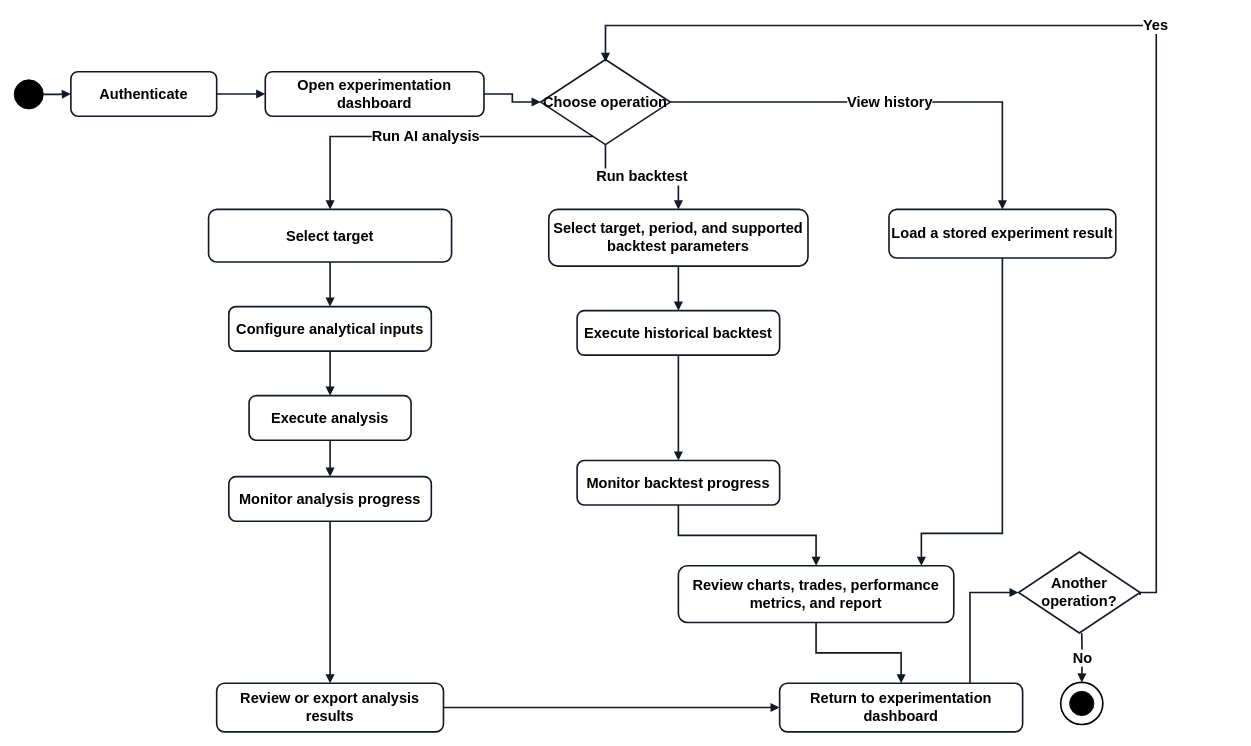
lqhuy04/Thesis-22125031-22125035 keeps this draw.io diagram as report/diagrams/chapter3/experimentation_backtesting_flow.drawio. Above is the earlier version. Source tidied: cells renumbered, new cells numbered last; positions are measured from the earlier drawing's top-left corner, leaving out a move shared by most shapes. Both pictures are drawn from the tidied source at 81%, with x=0, y=0 at pixel (14, 25).
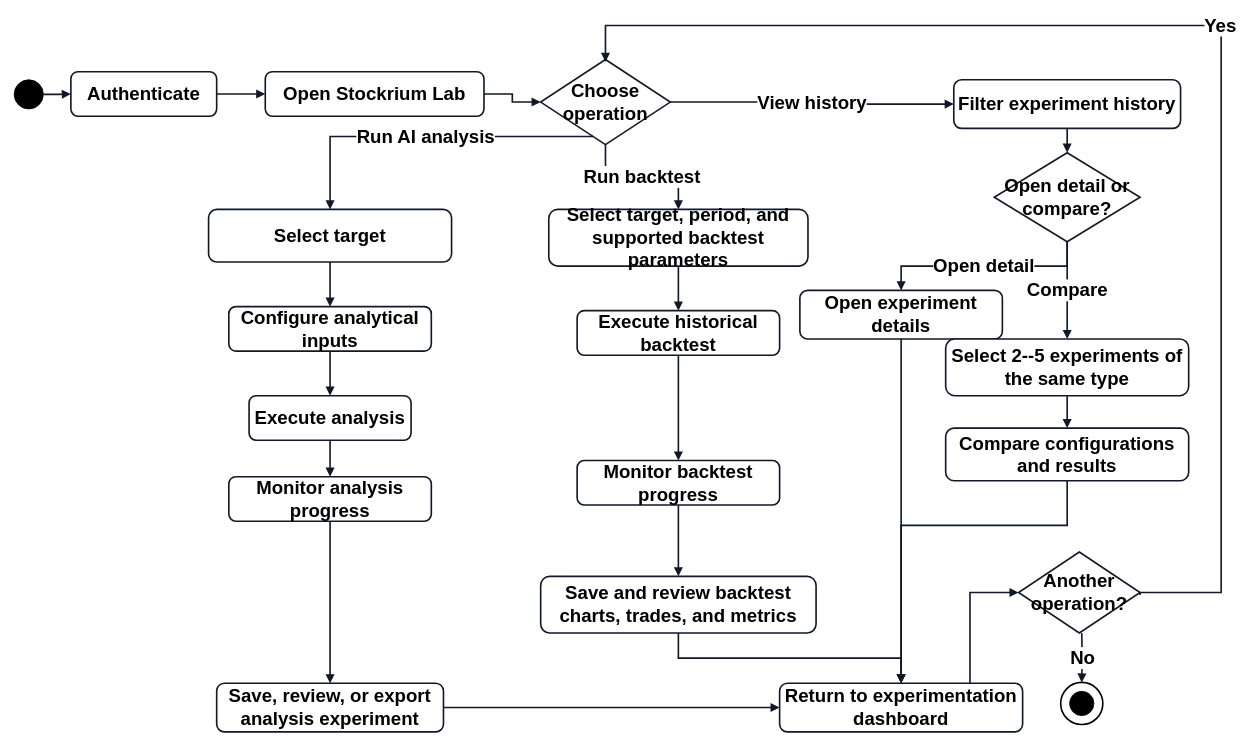
Above is the later version.

What changed in the source:
```diff
@@
-    <mxCell id="2" style="ellipse;whiteSpace=wrap;html=1;fillColor=#000000;strokeColor=#000000;fontSize=18;fontStyle=1;" parent="1" vertex="1">
+    <mxCell id="2" style="ellipse;whiteSpace=wrap;html=1;fillColor=#000000;strokeColor=#000000;fontSize=23;fontStyle=1;" parent="1" vertex="1">
       <mxGeometry y="67" width="36" height="36" as="geometry" />
     </mxCell>
-    <mxCell id="3" value="Authenticate" style="rounded=1;whiteSpace=wrap;html=1;arcSize=16;fillColor=#ffffff;strokeColor=#111827;strokeWidth=2;fontSize=18;fontStyle=1;" parent="1" vertex="1">
+    <mxCell id="3" value="Authenticate" style="rounded=1;whiteSpace=wrap;html=1;arcSize=16;fillColor=#ffffff;strokeColor=#111827;strokeWidth=2;fontSize=23;fontStyle=1;" parent="1" vertex="1">
       <mxGeometry x="70" y="57" width="180" height="55" as="geometry" />
     </mxCell>
-    <mxCell id="4" value="Open experimentation dashboard" style="rounded=1;whiteSpace=wrap;html=1;arcSize=16;fillColor=#ffffff;strokeColor=#111827;strokeWidth=2;fontSize=18;fontStyle=1;" parent="1" vertex="1">
+    <mxCell id="4" value="Open Stockrium Lab" style="rounded=1;whiteSpace=wrap;html=1;arcSize=16;fillColor=#ffffff;strokeColor=#111827;strokeWidth=2;fontSize=23;fontStyle=1;" parent="1" vertex="1">
       <mxGeometry x="310" y="57" width="270" height="55" as="geometry" />
     </mxCell>
-    <mxCell id="5" value="Choose operation" style="rhombus;whiteSpace=wrap;html=1;fillColor=#ffffff;strokeColor=#111827;strokeWidth=2;fontSize=18;fontStyle=1;" parent="1" vertex="1">
+    <mxCell id="5" value="Choose operation" style="rhombus;whiteSpace=wrap;html=1;fillColor=#ffffff;strokeColor=#111827;strokeWidth=2;fontSize=23;fontStyle=1;" parent="1" vertex="1">
       <mxGeometry x="650" y="42" width="160" height="105" as="geometry" />
     </mxCell>
-    <mxCell id="6" value="Select target" style="rounded=1;whiteSpace=wrap;html=1;arcSize=16;fillColor=#ffffff;strokeColor=#111827;strokeWidth=2;fontSize=18;fontStyle=1;" parent="1" vertex="1">
+    <mxCell id="6" value="Select target" style="rounded=1;whiteSpace=wrap;html=1;arcSize=16;fillColor=#ffffff;strokeColor=#111827;strokeWidth=2;fontSize=23;fontStyle=1;" parent="1" vertex="1">
       <mxGeometry x="240" y="227" width="300" height="65" as="geometry" />
     </mxCell>
-    <mxCell id="7" value="Configure analytical inputs" style="rounded=1;whiteSpace=wrap;html=1;arcSize=16;fillColor=#ffffff;strokeColor=#111827;strokeWidth=2;fontSize=18;fontStyle=1;" parent="1" vertex="1">
+    <mxCell id="7" value="Configure analytical inputs" style="rounded=1;whiteSpace=wrap;html=1;arcSize=16;fillColor=#ffffff;strokeColor=#111827;strokeWidth=2;fontSize=23;fontStyle=1;" parent="1" vertex="1">
       <mxGeometry x="265" y="347" width="250" height="55" as="geometry" />
     </mxCell>
-    <mxCell id="8" value="Execute analysis" style="rounded=1;whiteSpace=wrap;html=1;arcSize=16;fillColor=#ffffff;strokeColor=#111827;strokeWidth=2;fontSize=18;fontStyle=1;" parent="1" vertex="1">
+    <mxCell id="8" value="Execute analysis" style="rounded=1;whiteSpace=wrap;html=1;arcSize=16;fillColor=#ffffff;strokeColor=#111827;strokeWidth=2;fontSize=23;fontStyle=1;" parent="1" vertex="1">
       <mxGeometry x="290" y="457" width="200" height="55" as="geometry" />
     </mxCell>
-    <mxCell id="9" value="Select target, period, and supported backtest parameters" style="rounded=1;whiteSpace=wrap;html=1;arcSize=16;fillColor=#ffffff;strokeColor=#111827;strokeWidth=2;fontSize=18;fontStyle=1;" parent="1" vertex="1">
+    <mxCell id="9" value="Select target, period, and supported backtest parameters" style="rounded=1;whiteSpace=wrap;html=1;arcSize=16;fillColor=#ffffff;strokeColor=#111827;strokeWidth=2;fontSize=23;fontStyle=1;" parent="1" vertex="1">
       <mxGeometry x="660" y="227" width="320" height="70" as="geometry" />
     </mxCell>
-    <mxCell id="10" value="Execute historical backtest" style="rounded=1;whiteSpace=wrap;html=1;arcSize=16;fillColor=#ffffff;strokeColor=#111827;strokeWidth=2;fontSize=18;fontStyle=1;" parent="1" vertex="1">
+    <mxCell id="10" value="Execute historical backtest" style="rounded=1;whiteSpace=wrap;html=1;arcSize=16;fillColor=#ffffff;strokeColor=#111827;strokeWidth=2;fontSize=23;fontStyle=1;" parent="1" vertex="1">
       <mxGeometry x="695" y="352" width="250" height="55" as="geometry" />
     </mxCell>
-    <mxCell id="11" value="Load a stored experiment result" style="rounded=1;whiteSpace=wrap;html=1;arcSize=16;fillColor=#ffffff;strokeColor=#111827;strokeWidth=2;fontSize=18;fontStyle=1;" parent="1" vertex="1">
-      <mxGeometry x="1080" y="227" width="280" height="60" as="geometry" />
+    <mxCell id="11" value="Filter experiment history" style="rounded=1;whiteSpace=wrap;html=1;arcSize=16;fillColor=#ffffff;strokeColor=#111827;strokeWidth=2;fontSize=23;fontStyle=1;" parent="1" vertex="1">
+      <mxGeometry x="1160" y="67" width="280" height="60" as="geometry" />
     </mxCell>
+    <mxCell id="39" value="Open detail or compare?" style="rhombus;whiteSpace=wrap;html=1;fillColor=#ffffff;strokeColor=#111827;strokeWidth=2;fontSize=23;fontStyle=1;" parent="1" vertex="1">
+      <mxGeometry x="1210" y="157" width="180" height="110" as="geometry" />
+    </mxCell>
+    <mxCell id="40" value="Open experiment details" style="rounded=1;whiteSpace=wrap;html=1;arcSize=16;fillColor=#ffffff;strokeColor=#111827;strokeWidth=2;fontSize=23;fontStyle=1;" parent="1" vertex="1">
+      <mxGeometry x="970" y="327" width="250" height="60" as="geometry" />
+    </mxCell>
+    <mxCell id="41" value="Select 2--5 experiments of the same type" style="rounded=1;whiteSpace=wrap;html=1;arcSize=16;fillColor=#ffffff;strokeColor=#111827;strokeWidth=2;fontSize=23;fontStyle=1;" parent="1" vertex="1">
+      <mxGeometry x="1150" y="387" width="300" height="70" as="geometry" />
+    </mxCell>
+    <mxCell id="42" value="Compare configurations and results" style="rounded=1;whiteSpace=wrap;html=1;arcSize=16;fillColor=#ffffff;strokeColor=#111827;strokeWidth=2;fontSize=23;fontStyle=1;" parent="1" vertex="1">
+      <mxGeometry x="1150" y="497" width="300" height="65" as="geometry" />
+    </mxCell>
-    <mxCell id="12" value="Monitor analysis progress" style="rounded=1;whiteSpace=wrap;html=1;arcSize=16;fillColor=#ffffff;strokeColor=#111827;strokeWidth=2;fontSize=18;fontStyle=1;" parent="1" vertex="1">
+    <mxCell id="12" value="Monitor analysis progress" style="rounded=1;whiteSpace=wrap;html=1;arcSize=16;fillColor=#ffffff;strokeColor=#111827;strokeWidth=2;fontSize=23;fontStyle=1;" parent="1" vertex="1">
       <mxGeometry x="265" y="557" width="250" height="55" as="geometry" />
     </mxCell>
-    <mxCell id="13" value="Monitor backtest progress" style="rounded=1;whiteSpace=wrap;html=1;arcSize=16;fillColor=#ffffff;strokeColor=#111827;strokeWidth=2;fontSize=18;fontStyle=1;" parent="1" vertex="1">
+    <mxCell id="13" value="Monitor backtest progress" style="rounded=1;whiteSpace=wrap;html=1;arcSize=16;fillColor=#ffffff;strokeColor=#111827;strokeWidth=2;fontSize=23;fontStyle=1;" parent="1" vertex="1">
       <mxGeometry x="695" y="537" width="250" height="55" as="geometry" />
     </mxCell>
-    <mxCell id="14" value="Review or export analysis results" style="rounded=1;whiteSpace=wrap;html=1;arcSize=16;fillColor=#ffffff;strokeColor=#111827;strokeWidth=2;fontSize=18;fontStyle=1;" parent="1" vertex="1">
+    <mxCell id="14" value="Save, review, or export analysis experiment" style="rounded=1;whiteSpace=wrap;html=1;arcSize=16;fillColor=#ffffff;strokeColor=#111827;strokeWidth=2;fontSize=23;fontStyle=1;" parent="1" vertex="1">
       <mxGeometry x="250" y="812" width="280" height="60" as="geometry" />
     </mxCell>
-    <mxCell id="15" value="Review charts, trades, performance metrics, and report" style="rounded=1;whiteSpace=wrap;html=1;arcSize=16;fillColor=#ffffff;strokeColor=#111827;strokeWidth=2;fontSize=18;fontStyle=1;" parent="1" vertex="1">
-      <mxGeometry x="820" y="667" width="340" height="70" as="geometry" />
+    <mxCell id="15" value="Save and review backtest charts, trades, and metrics" style="rounded=1;whiteSpace=wrap;html=1;arcSize=16;fillColor=#ffffff;strokeColor=#111827;strokeWidth=2;fontSize=23;fontStyle=1;" parent="1" vertex="1">
+      <mxGeometry x="650" y="680" width="340" height="70" as="geometry" />
     </mxCell>
-    <mxCell id="16" value="Return to experimentation dashboard" style="rounded=1;whiteSpace=wrap;html=1;arcSize=16;fillColor=#ffffff;strokeColor=#111827;strokeWidth=2;fontSize=18;fontStyle=1;" parent="1" vertex="1">
+    <mxCell id="16" value="Return to experimentation dashboard" style="rounded=1;whiteSpace=wrap;html=1;arcSize=16;fillColor=#ffffff;strokeColor=#111827;strokeWidth=2;fontSize=23;fontStyle=1;" parent="1" vertex="1">
       <mxGeometry x="945" y="812" width="300" height="60" as="geometry" />
     </mxCell>
-    <mxCell id="17" value="Another operation?" style="rhombus;whiteSpace=wrap;html=1;fillColor=#ffffff;strokeColor=#111827;strokeWidth=2;fontSize=18;fontStyle=1;" parent="1" vertex="1">
+    <mxCell id="17" value="Another operation?" style="rhombus;whiteSpace=wrap;html=1;fillColor=#ffffff;strokeColor=#111827;strokeWidth=2;fontSize=23;fontStyle=1;" parent="1" vertex="1">
       <mxGeometry x="1240" y="650" width="150" height="100" as="geometry" />
     </mxCell>
-    <mxCell id="18" style="ellipse;whiteSpace=wrap;html=1;fillColor=#ffffff;strokeColor=#000000;strokeWidth=2;fontSize=18;fontStyle=1;" parent="1" vertex="1">
+    <mxCell id="18" style="ellipse;whiteSpace=wrap;html=1;fillColor=#ffffff;strokeColor=#000000;strokeWidth=2;fontSize=23;fontStyle=1;" parent="1" vertex="1">
       <mxGeometry x="1292" y="811" width="52" height="52" as="geometry" />
     </mxCell>
-    <mxCell id="19" style="ellipse;whiteSpace=wrap;html=1;fillColor=#000000;strokeColor=#000000;fontSize=18;fontStyle=1;" parent="1" vertex="1">
+    <mxCell id="19" style="ellipse;whiteSpace=wrap;html=1;fillColor=#000000;strokeColor=#000000;fontSize=23;fontStyle=1;" parent="1" vertex="1">
       <mxGeometry x="1303" y="822" width="30" height="30" as="geometry" />
     </mxCell>
-    <mxCell id="20" style="edgeStyle=orthogonalEdgeStyle;rounded=0;jettySize=auto;html=1;endArrow=block;endFill=1;strokeColor=#111827;strokeWidth=2;fontSize=18;fontStyle=1;" parent="1" edge="1" source="2" target="3">
+    <mxCell id="20" style="edgeStyle=orthogonalEdgeStyle;rounded=0;jettySize=auto;html=1;endArrow=block;endFill=1;strokeColor=#111827;strokeWidth=2;fontSize=23;fontStyle=1;" parent="1" edge="1" source="2" target="3">
       <mxGeometry relative="1" as="geometry" />
     </mxCell>
-    <mxCell id="21" style="edgeStyle=orthogonalEdgeStyle;rounded=0;jettySize=auto;html=1;endArrow=block;endFill=1;strokeColor=#111827;strokeWidth=2;fontSize=18;fontStyle=1;" parent="1" edge="1" source="3" target="4">
+    <mxCell id="21" style="edgeStyle=orthogonalEdgeStyle;rounded=0;jettySize=auto;html=1;endArrow=block;endFill=1;strokeColor=#111827;strokeWidth=2;fontSize=23;fontStyle=1;" parent="1" edge="1" source="3" target="4">
       <mxGeometry relative="1" as="geometry" />
     </mxCell>
-    <mxCell id="22" style="edgeStyle=orthogonalEdgeStyle;rounded=0;jettySize=auto;html=1;endArrow=block;endFill=1;strokeColor=#111827;strokeWidth=2;fontSize=18;fontStyle=1;" parent="1" edge="1" source="4" target="5">
+    <mxCell id="22" style="edgeStyle=orthogonalEdgeStyle;rounded=0;jettySize=auto;html=1;endArrow=block;endFill=1;strokeColor=#111827;strokeWidth=2;fontSize=23;fontStyle=1;" parent="1" edge="1" source="4" target="5">
       <mxGeometry relative="1" as="geometry" />
     </mxCell>
-    <mxCell id="23" value="Run AI analysis" style="edgeStyle=orthogonalEdgeStyle;rounded=0;jettySize=auto;html=1;endArrow=block;endFill=1;strokeColor=#111827;strokeWidth=2;fontSize=18;labelBackgroundColor=#ffffff;fontStyle=1;" parent="1" edge="1" source="5" target="6">
+    <mxCell id="23" value="Run AI analysis" style="edgeStyle=orthogonalEdgeStyle;rounded=0;jettySize=auto;html=1;endArrow=block;endFill=1;strokeColor=#111827;strokeWidth=2;fontSize=23;labelBackgroundColor=#ffffff;fontStyle=1;" parent="1" edge="1" source="5" target="6">
       <mxGeometry relative="1" as="geometry">
         <Array as="points">
           <mxPoint x="390" y="137" />
         </Array>
       </mxGeometry>
     </mxCell>
-    <mxCell id="24" value="Run backtest" style="edgeStyle=orthogonalEdgeStyle;rounded=0;jettySize=auto;html=1;endArrow=block;endFill=1;strokeColor=#111827;strokeWidth=2;fontSize=18;labelBackgroundColor=#ffffff;fontStyle=1;" parent="1" edge="1" source="5" target="9">
+    <mxCell id="24" value="Run backtest" style="edgeStyle=orthogonalEdgeStyle;rounded=0;jettySize=auto;html=1;endArrow=block;endFill=1;strokeColor=#111827;strokeWidth=2;fontSize=23;labelBackgroundColor=#ffffff;fontStyle=1;" parent="1" edge="1" source="5" target="9">
       <mxGeometry relative="1" as="geometry" />
     </mxCell>
-    <mxCell id="25" value="View history" style="edgeStyle=orthogonalEdgeStyle;rounded=0;jettySize=auto;html=1;endArrow=block;endFill=1;strokeColor=#111827;strokeWidth=2;fontSize=18;labelBackgroundColor=#ffffff;fontStyle=1;" parent="1" edge="1" source="5" target="11">
+    <mxCell id="25" value="View history" style="edgeStyle=orthogonalEdgeStyle;rounded=0;jettySize=auto;html=1;endArrow=block;endFill=1;strokeColor=#111827;strokeWidth=2;fontSize=23;labelBackgroundColor=#ffffff;fontStyle=1;" parent="1" edge="1" source="5" target="11">
       <mxGeometry relative="1" as="geometry" />
     </mxCell>
-    <mxCell id="26" style="edgeStyle=orthogonalEdgeStyle;rounded=0;jettySize=auto;html=1;endArrow=block;endFill=1;strokeColor=#111827;strokeWidth=2;fontSize=18;fontStyle=1;" parent="1" edge="1" source="6" target="7">
+    <mxCell id="26" style="edgeStyle=orthogonalEdgeStyle;rounded=0;jettySize=auto;html=1;endArrow=block;endFill=1;strokeColor=#111827;strokeWidth=2;fontSize=23;fontStyle=1;" parent="1" edge="1" source="6" target="7">
       <mxGeometry relative="1" as="geometry" />
     </mxCell>
-    <mxCell id="27" style="edgeStyle=orthogonalEdgeStyle;rounded=0;jettySize=auto;html=1;endArrow=block;endFill=1;strokeColor=#111827;strokeWidth=2;fontSize=18;fontStyle=1;" parent="1" edge="1" source="7" target="8">
+    <mxCell id="27" style="edgeStyle=orthogonalEdgeStyle;rounded=0;jettySize=auto;html=1;endArrow=block;endFill=1;strokeColor=#111827;strokeWidth=2;fontSize=23;fontStyle=1;" parent="1" edge="1" source="7" target="8">
       <mxGeometry relative="1" as="geometry" />
     </mxCell>
-    <mxCell id="28" style="edgeStyle=orthogonalEdgeStyle;rounded=0;jettySize=auto;html=1;endArrow=block;endFill=1;strokeColor=#111827;strokeWidth=2;fontSize=18;fontStyle=1;" parent="1" edge="1" source="8" target="12">
+    <mxCell id="28" style="edgeStyle=orthogonalEdgeStyle;rounded=0;jettySize=auto;html=1;endArrow=block;endFill=1;strokeColor=#111827;strokeWidth=2;fontSize=23;fontStyle=1;" parent="1" edge="1" source="8" target="12">
       <mxGeometry relative="1" as="geometry" />
     </mxCell>
-    <mxCell id="29" style="edgeStyle=orthogonalEdgeStyle;rounded=0;jettySize=auto;html=1;endArrow=block;endFill=1;strokeColor=#111827;strokeWidth=2;fontSize=18;fontStyle=1;" parent="1" edge="1" source="9" target="10">
+    <mxCell id="29" style="edgeStyle=orthogonalEdgeStyle;rounded=0;jettySize=auto;html=1;endArrow=block;endFill=1;strokeColor=#111827;strokeWidth=2;fontSize=23;fontStyle=1;" parent="1" edge="1" source="9" target="10">
       <mxGeometry relative="1" as="geometry" />
     </mxCell>
-    <mxCell id="30" style="edgeStyle=orthogonalEdgeStyle;rounded=0;jettySize=auto;html=1;endArrow=block;endFill=1;strokeColor=#111827;strokeWidth=2;fontSize=18;fontStyle=1;" parent="1" edge="1" source="10" target="13">
+    <mxCell id="30" style="edgeStyle=orthogonalEdgeStyle;rounded=0;jettySize=auto;html=1;endArrow=block;endFill=1;strokeColor=#111827;strokeWidth=2;fontSize=23;fontStyle=1;" parent="1" edge="1" source="10" target="13">
       <mxGeometry relative="1" as="geometry" />
     </mxCell>
-    <mxCell id="31" style="edgeStyle=orthogonalEdgeStyle;rounded=0;jettySize=auto;html=1;endArrow=block;endFill=1;strokeColor=#111827;strokeWidth=2;fontSize=18;fontStyle=1;" parent="1" edge="1" source="12" target="14">
+    <mxCell id="31" style="edgeStyle=orthogonalEdgeStyle;rounded=0;jettySize=auto;html=1;endArrow=block;endFill=1;strokeColor=#111827;strokeWidth=2;fontSize=23;fontStyle=1;" parent="1" edge="1" source="12" target="14">
       <mxGeometry relative="1" as="geometry" />
     </mxCell>
-    <mxCell id="32" style="edgeStyle=orthogonalEdgeStyle;rounded=0;jettySize=auto;html=1;endArrow=block;endFill=1;strokeColor=#111827;strokeWidth=2;fontSize=18;fontStyle=1;" parent="1" edge="1" source="13" target="15">
+    <mxCell id="32" style="edgeStyle=orthogonalEdgeStyle;rounded=0;jettySize=auto;html=1;endArrow=block;endFill=1;strokeColor=#111827;strokeWidth=2;fontSize=23;fontStyle=1;" parent="1" edge="1" source="13" target="15">
       <mxGeometry relative="1" as="geometry" />
     </mxCell>
-    <mxCell id="33" style="edgeStyle=orthogonalEdgeStyle;rounded=0;jettySize=auto;html=1;endArrow=block;endFill=1;strokeColor=#111827;strokeWidth=2;fontSize=18;fontStyle=1;" parent="1" edge="1" source="11" target="15">
-      <mxGeometry relative="1" as="geometry">
-        <Array as="points">
-          <mxPoint x="1220" y="627" />
-          <mxPoint x="1120" y="627" />
-        </Array>
-      </mxGeometry>
+    <mxCell id="33" style="edgeStyle=orthogonalEdgeStyle;rounded=0;jettySize=auto;html=1;endArrow=block;endFill=1;strokeColor=#111827;strokeWidth=2;fontSize=23;fontStyle=1;" parent="1" edge="1" source="11" target="39">
+      <mxGeometry relative="1" as="geometry" />
     </mxCell>
+    <mxCell id="43" value="Open detail" style="edgeStyle=orthogonalEdgeStyle;rounded=0;jettySize=auto;html=1;endArrow=block;endFill=1;strokeColor=#111827;strokeWidth=2;fontSize=23;labelBackgroundColor=#ffffff;fontStyle=1;" parent="1" edge="1" source="39" target="40">
+      <mxGeometry relative="1" as="geometry" />
+    </mxCell>
+    <mxCell id="44" value="Compare" style="edgeStyle=orthogonalEdgeStyle;rounded=0;jettySize=auto;html=1;endArrow=block;endFill=1;strokeColor=#111827;strokeWidth=2;fontSize=23;labelBackgroundColor=#ffffff;fontStyle=1;" parent="1" edge="1" source="39" target="41">
+      <mxGeometry relative="1" as="geometry" />
+    </mxCell>
+    <mxCell id="45" style="edgeStyle=orthogonalEdgeStyle;rounded=0;jettySize=auto;html=1;endArrow=block;endFill=1;strokeColor=#111827;strokeWidth=2;fontSize=23;fontStyle=1;" parent="1" edge="1" source="41" target="42">
+      <mxGeometry relative="1" as="geometry" />
+    </mxCell>
+    <mxCell id="46" style="edgeStyle=orthogonalEdgeStyle;rounded=0;jettySize=auto;html=1;endArrow=block;endFill=1;strokeColor=#111827;strokeWidth=2;fontSize=23;fontStyle=1;" parent="1" edge="1" source="40" target="16">
+      <mxGeometry relative="1" as="geometry" />
+    </mxCell>
+    <mxCell id="47" style="edgeStyle=orthogonalEdgeStyle;rounded=0;jettySize=auto;html=1;endArrow=block;endFill=1;strokeColor=#111827;strokeWidth=2;fontSize=23;fontStyle=1;" parent="1" edge="1" source="42" target="16">
+      <mxGeometry relative="1" as="geometry">
+        <Array as="points">
+          <mxPoint x="1300.1" y="617.1" />
+          <mxPoint x="1095" y="617.1" />
+        </Array>
+      </mxGeometry>
+    </mxCell>
-    <mxCell id="34" style="edgeStyle=orthogonalEdgeStyle;rounded=0;jettySize=auto;html=1;endArrow=block;endFill=1;strokeColor=#111827;strokeWidth=2;fontSize=18;fontStyle=1;" parent="1" edge="1" source="14" target="16">
+    <mxCell id="34" style="edgeStyle=orthogonalEdgeStyle;rounded=0;jettySize=auto;html=1;endArrow=block;endFill=1;strokeColor=#111827;strokeWidth=2;fontSize=23;fontStyle=1;" parent="1" edge="1" source="14" target="16">
       <mxGeometry relative="1" as="geometry" />
     </mxCell>
-    <mxCell id="35" style="edgeStyle=orthogonalEdgeStyle;rounded=0;jettySize=auto;html=1;endArrow=block;endFill=1;strokeColor=#111827;strokeWidth=2;fontSize=18;fontStyle=1;" parent="1" edge="1" source="15" target="16">
+    <mxCell id="35" style="edgeStyle=orthogonalEdgeStyle;rounded=0;jettySize=auto;html=1;endArrow=block;endFill=1;strokeColor=#111827;strokeWidth=2;fontSize=23;fontStyle=1;" parent="1" edge="1" source="15" target="16">
       <mxGeometry relative="1" as="geometry" />
     </mxCell>
-    <mxCell id="36" style="edgeStyle=orthogonalEdgeStyle;rounded=0;jettySize=auto;html=1;endArrow=block;endFill=1;strokeColor=#111827;strokeWidth=2;fontSize=18;fontStyle=1;" parent="1" edge="1" source="16" target="17">
+    <mxCell id="36" style="edgeStyle=orthogonalEdgeStyle;rounded=0;jettySize=auto;html=1;endArrow=block;endFill=1;strokeColor=#111827;strokeWidth=2;fontSize=23;fontStyle=1;" parent="1" edge="1" source="16" target="17">
       <mxGeometry relative="1" as="geometry">
         <Array as="points">
           <mxPoint x="1180" y="700" />
         </Array>
       </mxGeometry>
     </mxCell>
-    <mxCell id="37" value="Yes" style="edgeStyle=orthogonalEdgeStyle;rounded=0;orthogonalLoop=1;jettySize=auto;html=1;endArrow=block;endFill=1;strokeColor=#111827;strokeWidth=2;fontSize=18;labelBackgroundColor=#ffffff;entryX=0.5;entryY=0;entryDx=0;entryDy=0;exitX=1;exitY=0.5;exitDx=0;exitDy=0;fontStyle=1;" parent="1" edge="1">
+    <mxCell id="37" value="Yes" style="edgeStyle=orthogonalEdgeStyle;rounded=0;orthogonalLoop=1;jettySize=auto;html=1;endArrow=block;endFill=1;strokeColor=#111827;strokeWidth=2;fontSize=23;labelBackgroundColor=#ffffff;entryX=0.5;entryY=0;entryDx=0;entryDy=0;exitX=1;exitY=0.5;exitDx=0;exitDy=0;fontStyle=1;" parent="1" edge="1">
       <mxGeometry relative="1" as="geometry">
         <mxPoint x="1390" y="703" as="sourcePoint" />
         <mxPoint x="730" y="45" as="targetPoint" />
         <Array as="points">
-          <mxPoint x="1390" y="700" />
-          <mxPoint x="1410" y="700" />
-          <mxPoint x="1410" />
-          <mxPoint x="730" />
+          <mxPoint x="1390.1" y="700" />
+          <mxPoint x="1490.1" y="700" />
+          <mxPoint x="1490.1" />
+          <mxPoint x="730.1" />
         </Array>
       </mxGeometry>
     </mxCell>
-    <mxCell id="38" value="No" style="edgeStyle=orthogonalEdgeStyle;rounded=0;jettySize=auto;html=1;endArrow=block;endFill=1;strokeColor=#111827;strokeWidth=2;fontSize=18;labelBackgroundColor=#ffffff;fontStyle=1;" parent="1" edge="1" target="18">
+    <mxCell id="38" value="No" style="edgeStyle=orthogonalEdgeStyle;rounded=0;jettySize=auto;html=1;endArrow=block;endFill=1;strokeColor=#111827;strokeWidth=2;fontSize=23;labelBackgroundColor=#ffffff;fontStyle=1;" parent="1" edge="1" target="18">
       <mxGeometry relative="1" as="geometry">
         <mxPoint x="1318" y="750" as="sourcePoint" />
       </mxGeometry>
     </mxCell>
```
